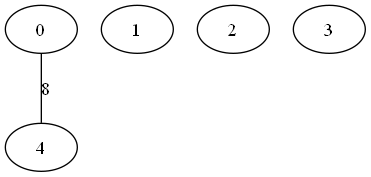
Earlier version of the Graphviz export grafos/grafoNaoDirecionado.png (juliocesarw/Grafos). Its source is kept beside it as grafos/grafoNaoDirecionado.dot. Its diagram source:
```dot
Graph {
0;
1;
2;
3;
4;
0 -- 4 [label=8,weight=8];
}
```
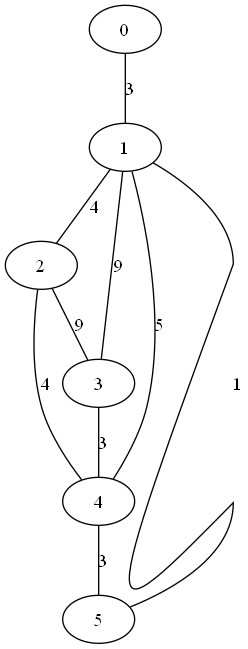
After the change.

Change to the diagram source:
```diff
@@ -4,5 +4,14 @@
 2;
 3;
 4;
-0 -- 4 [label=8,weight=8];
+5;
+0 -- 1 [label=3,weight=3];
+1 -- 4 [label=5,weight=5];
+1 -- 5 [label=1,weight=1];
+1 -- 2 [label=4,weight=4];
+1 -- 3 [label=9,weight=9];
+2 -- 4 [label=4,weight=4];
+2 -- 3 [label=9,weight=9];
+3 -- 4 [label=3,weight=3];
+4 -- 5 [label=3,weight=3];
 }
```
